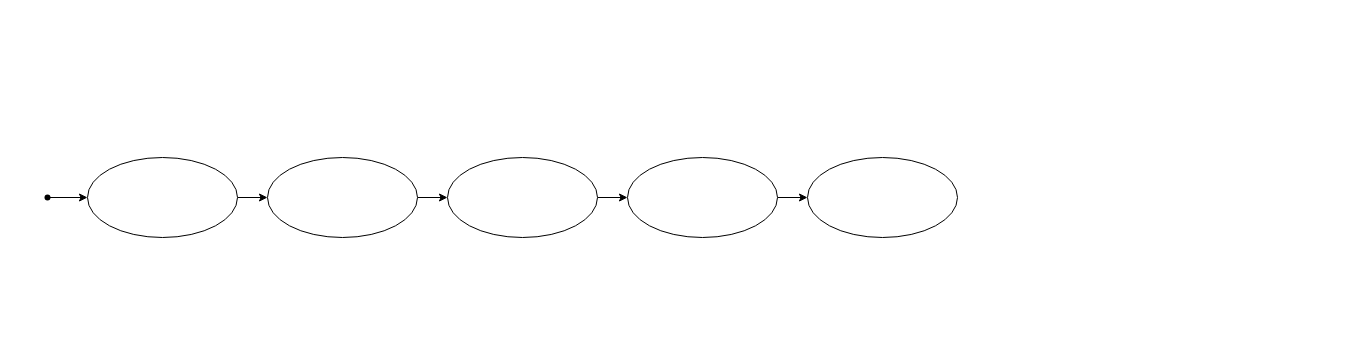
Earlier version of the draw.io diagram page "Subfluxo atv 1" (2 of 5) of Diagrama sem nome.drawio (helloisasilva/Processo-de-engenharia-de-software-para-App-mobile). Source tidied: cells renumbered, new cells numbered last; positions are measured from the earlier drawing's top-left corner, leaving out a move shared by most shapes. Both pictures are drawn from the tidied source at 100%, with x=0, y=0 at pixel (37, 157).
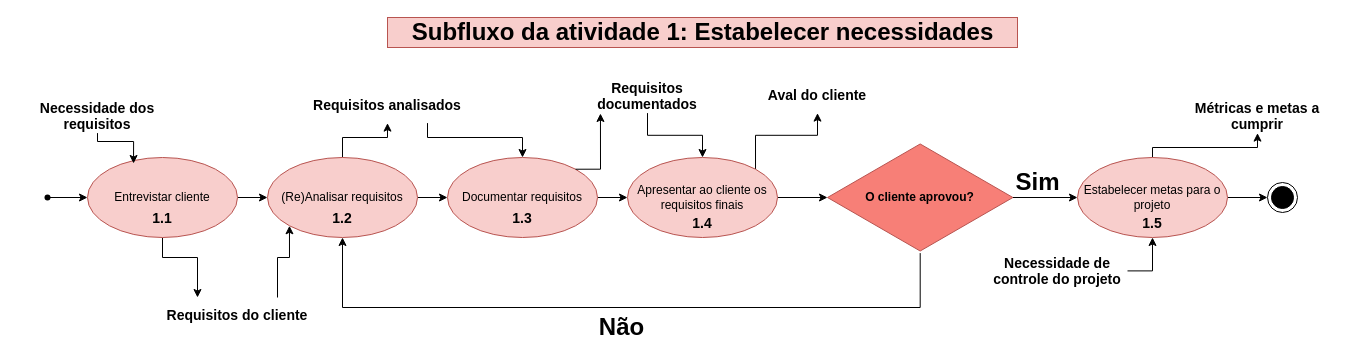
Above is the later version.

Diff of the diagram source:
```diff
@@
+    <mxCell id="13" style="edgeStyle=orthogonalEdgeStyle;rounded=0;jettySize=auto;html=1;exitX=0.5;exitY=1;exitDx=0;exitDy=0;entryX=0.25;entryY=0;entryDx=0;entryDy=0;" parent="1" edge="1" source="5" target="30">
+      <mxGeometry relative="1" as="geometry">
+        <Array as="points">
+          <mxPoint x="125" y="100" />
+          <mxPoint x="160" y="100" />
+        </Array>
+      </mxGeometry>
+    </mxCell>
-    <mxCell id="5" style="ellipse;whiteSpace=wrap;html=1;" parent="1" vertex="1">
+    <mxCell id="5" value="Entrevistar cliente" style="ellipse;whiteSpace=wrap;html=1;fillColor=#f8cecc;strokeColor=#b85450;" parent="1" vertex="1">
       <mxGeometry x="50" width="150" height="80" as="geometry" />
     </mxCell>
@@
+    <mxCell id="14" style="edgeStyle=orthogonalEdgeStyle;rounded=0;jettySize=auto;html=1;" parent="1" edge="1" source="7" target="32">
+      <mxGeometry relative="1" as="geometry" />
+    </mxCell>
-    <mxCell id="7" style="ellipse;whiteSpace=wrap;html=1;" parent="1" vertex="1">
+    <mxCell id="7" value="(Re)Analisar requisitos" style="ellipse;whiteSpace=wrap;html=1;fillColor=#f8cecc;strokeColor=#b85450;" parent="1" vertex="1">
       <mxGeometry x="230" width="150" height="80" as="geometry" />
     </mxCell>
@@
-    <mxCell id="9" style="ellipse;whiteSpace=wrap;html=1;" parent="1" vertex="1">
+    <mxCell id="9" value="Documentar requisitos" style="ellipse;whiteSpace=wrap;html=1;fillColor=#f8cecc;strokeColor=#b85450;" parent="1" vertex="1">
       <mxGeometry x="410" width="150" height="80" as="geometry" />
     </mxCell>
-    <mxCell id="10" style="ellipse;whiteSpace=wrap;html=1;" parent="1" vertex="1">
-      <mxGeometry x="770" width="150" height="80" as="geometry" />
-    </mxCell>
-    <mxCell id="11" style="edgeStyle=orthogonalEdgeStyle;rounded=0;jettySize=auto;html=1;" parent="1" edge="1" source="12" target="10">
-      <mxGeometry relative="1" as="geometry" />
-    </mxCell>
+    <mxCell id="15" style="edgeStyle=orthogonalEdgeStyle;rounded=0;jettySize=auto;html=1;" parent="1" edge="1" source="12" target="23">
+      <mxGeometry relative="1" as="geometry" />
+    </mxCell>
+    <mxCell id="16" style="edgeStyle=orthogonalEdgeStyle;rounded=0;jettySize=auto;html=1;exitX=1;exitY=0;exitDx=0;exitDy=0;entryX=0.5;entryY=1;entryDx=0;entryDy=0;" parent="1" edge="1" source="12" target="36">
+      <mxGeometry relative="1" as="geometry" />
+    </mxCell>
-    <mxCell id="12" style="ellipse;whiteSpace=wrap;html=1;" parent="1" vertex="1">
+    <mxCell id="12" value="Apresentar ao cliente os requisitos finais" style="ellipse;whiteSpace=wrap;html=1;fillColor=#f8cecc;strokeColor=#b85450;" parent="1" vertex="1">
       <mxGeometry x="590" width="150" height="80" as="geometry" />
     </mxCell>
+    <mxCell id="17" value="Subfluxo da atividade 1: Estabelecer necessidades" style="text;strokeColor=#b85450;fillColor=#f8cecc;html=1;fontSize=24;fontStyle=1;verticalAlign=middle;align=center;" parent="1" vertex="1">
+      <mxGeometry x="350" y="-140" width="630" height="30" as="geometry" />
+    </mxCell>
+    <mxCell id="18" style="edgeStyle=orthogonalEdgeStyle;rounded=0;jettySize=auto;html=1;" parent="1" edge="1" source="20" target="26">
+      <mxGeometry relative="1" as="geometry" />
+    </mxCell>
+    <mxCell id="19" style="edgeStyle=orthogonalEdgeStyle;rounded=0;jettySize=auto;html=1;" parent="1" edge="1" source="20" target="39">
+      <mxGeometry relative="1" as="geometry">
+        <Array as="points">
+          <mxPoint x="1115" y="-10" />
+          <mxPoint x="1220" y="-10" />
+        </Array>
+      </mxGeometry>
+    </mxCell>
+    <mxCell id="20" value="Estabelecer metas para o projeto" style="ellipse;whiteSpace=wrap;html=1;fillColor=#f8cecc;strokeColor=#b85450;" parent="1" vertex="1">
+      <mxGeometry x="1040" width="150" height="80" as="geometry" />
+    </mxCell>
+    <mxCell id="21" style="edgeStyle=orthogonalEdgeStyle;rounded=0;jettySize=auto;html=1;" parent="1" edge="1" source="23" target="20">
+      <mxGeometry relative="1" as="geometry" />
+    </mxCell>
+    <mxCell id="22" style="edgeStyle=orthogonalEdgeStyle;rounded=0;jettySize=auto;html=1;entryX=0.5;entryY=1;entryDx=0;entryDy=0;" parent="1" edge="1" source="23" target="7">
+      <mxGeometry relative="1" as="geometry">
+        <Array as="points">
+          <mxPoint x="883" y="150" />
+          <mxPoint x="305" y="150" />
+        </Array>
+      </mxGeometry>
+    </mxCell>
+    <mxCell id="23" value="&lt;b&gt;O cliente aprovou?&lt;/b&gt;" style="html=1;whiteSpace=wrap;shape=isoRectangle;fillColor=#F77F77;strokeColor=#b85450;" parent="1" vertex="1">
+      <mxGeometry x="790" y="-15.6" width="185.4" height="111.2" as="geometry" />
+    </mxCell>
+    <mxCell id="24" value="Sim" style="text;strokeColor=none;fillColor=none;html=1;fontSize=24;fontStyle=1;verticalAlign=middle;align=center;" parent="1" vertex="1">
+      <mxGeometry x="970" y="10" width="60" height="30" as="geometry" />
+    </mxCell>
+    <mxCell id="25" value="Não" style="text;strokeColor=none;fillColor=none;html=1;fontSize=24;fontStyle=1;verticalAlign=middle;align=center;" parent="1" vertex="1">
+      <mxGeometry x="550" y="160" width="67.3" height="20" as="geometry" />
+    </mxCell>
+    <mxCell id="26" style="ellipse;html=1;shape=endState;fillColor=strokeColor;" parent="1" vertex="1">
+      <mxGeometry x="1230" y="25" width="30" height="30" as="geometry" />
+    </mxCell>
+    <mxCell id="27" value="&lt;font style=&quot;font-size: 14px;&quot;&gt;&lt;b&gt;Necessidade dos requisitos&lt;/b&gt;&lt;/font&gt;" style="text;html=1;strokeColor=none;fillColor=none;align=center;verticalAlign=middle;whiteSpace=wrap;overflow=hidden;" parent="1" vertex="1">
+      <mxGeometry x="-20" y="-60" width="160" height="35.6" as="geometry" />
+    </mxCell>
+    <mxCell id="28" style="edgeStyle=orthogonalEdgeStyle;rounded=0;jettySize=auto;html=1;exitX=0.5;exitY=1;exitDx=0;exitDy=0;entryX=0.307;entryY=0.075;entryDx=0;entryDy=0;entryPerimeter=0;" parent="1" edge="1" source="27" target="5">
+      <mxGeometry relative="1" as="geometry">
+        <Array as="points">
+          <mxPoint x="96" y="-16" />
+        </Array>
+      </mxGeometry>
+    </mxCell>
+    <mxCell id="29" style="edgeStyle=orthogonalEdgeStyle;rounded=0;jettySize=auto;html=1;exitX=0.75;exitY=0;exitDx=0;exitDy=0;entryX=0;entryY=1;entryDx=0;entryDy=0;" parent="1" edge="1" source="30" target="7">
+      <mxGeometry relative="1" as="geometry">
+        <Array as="points">
+          <mxPoint x="240" y="100" />
+          <mxPoint x="252" y="100" />
+        </Array>
+      </mxGeometry>
+    </mxCell>
+    <mxCell id="30" value="&lt;font style=&quot;font-size: 14px;&quot;&gt;&lt;b&gt;Requisitos do cliente&lt;/b&gt;&lt;/font&gt;" style="text;html=1;strokeColor=none;fillColor=none;align=center;verticalAlign=middle;whiteSpace=wrap;overflow=hidden;" parent="1" vertex="1">
+      <mxGeometry x="120" y="140" width="160" height="35.6" as="geometry" />
+    </mxCell>
+    <mxCell id="31" style="edgeStyle=orthogonalEdgeStyle;rounded=0;jettySize=auto;html=1;exitX=0.75;exitY=1;exitDx=0;exitDy=0;" parent="1" edge="1" source="32" target="9">
+      <mxGeometry relative="1" as="geometry">
+        <Array as="points">
+          <mxPoint x="390" y="-20" />
+          <mxPoint x="485" y="-20" />
+        </Array>
+      </mxGeometry>
+    </mxCell>
+    <mxCell id="32" value="&lt;font style=&quot;font-size: 14px;&quot;&gt;&lt;b&gt;Requisitos analisados&lt;/b&gt;&lt;/font&gt;" style="text;html=1;strokeColor=none;fillColor=none;align=center;verticalAlign=middle;whiteSpace=wrap;overflow=hidden;" parent="1" vertex="1">
+      <mxGeometry x="270" y="-70" width="160" height="35.6" as="geometry" />
+    </mxCell>
+    <mxCell id="33" style="edgeStyle=orthogonalEdgeStyle;rounded=0;jettySize=auto;html=1;" parent="1" edge="1" source="34" target="12">
+      <mxGeometry relative="1" as="geometry" />
+    </mxCell>
+    <mxCell id="34" value="&lt;font style=&quot;font-size: 14px;&quot;&gt;&lt;b&gt;Requisitos documentados&lt;/b&gt;&lt;/font&gt;" style="text;html=1;strokeColor=none;fillColor=none;align=center;verticalAlign=middle;whiteSpace=wrap;overflow=hidden;" parent="1" vertex="1">
+      <mxGeometry x="530" y="-80" width="160" height="35.6" as="geometry" />
+    </mxCell>
+    <mxCell id="35" style="edgeStyle=orthogonalEdgeStyle;rounded=0;jettySize=auto;html=1;exitX=1;exitY=0;exitDx=0;exitDy=0;entryX=0.206;entryY=1.011;entryDx=0;entryDy=0;entryPerimeter=0;" parent="1" edge="1" source="9" target="34">
+      <mxGeometry relative="1" as="geometry">
+        <Array as="points">
+          <mxPoint x="563" y="12" />
+        </Array>
+      </mxGeometry>
+    </mxCell>
+    <mxCell id="36" value="&lt;span style=&quot;font-size: 14px;&quot;&gt;&lt;b&gt;Aval do cliente&lt;/b&gt;&lt;/span&gt;" style="text;html=1;strokeColor=none;fillColor=none;align=center;verticalAlign=middle;whiteSpace=wrap;overflow=hidden;" parent="1" vertex="1">
+      <mxGeometry x="700" y="-80" width="160" height="35.6" as="geometry" />
+    </mxCell>
+    <mxCell id="37" style="edgeStyle=orthogonalEdgeStyle;rounded=0;jettySize=auto;html=1;exitX=1;exitY=0.5;exitDx=0;exitDy=0;entryX=0.5;entryY=1;entryDx=0;entryDy=0;" parent="1" edge="1" source="38" target="20">
+      <mxGeometry relative="1" as="geometry" />
+    </mxCell>
+    <mxCell id="38" value="&lt;span style=&quot;font-size: 14px;&quot;&gt;&lt;b&gt;Necessidade de controle do projeto&lt;/b&gt;&lt;/span&gt;" style="text;html=1;strokeColor=none;fillColor=none;align=center;verticalAlign=middle;whiteSpace=wrap;overflow=hidden;" parent="1" vertex="1">
+      <mxGeometry x="950" y="95.6" width="140" height="35.6" as="geometry" />
+    </mxCell>
+    <mxCell id="39" value="&lt;span style=&quot;font-size: 14px;&quot;&gt;&lt;b&gt;Métricas e metas a cumprir&lt;/b&gt;&lt;/span&gt;" style="text;html=1;strokeColor=none;fillColor=none;align=center;verticalAlign=middle;whiteSpace=wrap;overflow=hidden;" parent="1" vertex="1">
+      <mxGeometry x="1140" y="-60" width="160" height="35.6" as="geometry" />
+    </mxCell>
+    <mxCell id="40" value="&lt;font style=&quot;font-size: 14px;&quot;&gt;&lt;b&gt;1.1&lt;/b&gt;&lt;/font&gt;" style="text;html=1;strokeColor=none;fillColor=none;align=center;verticalAlign=middle;whiteSpace=wrap;overflow=hidden;" parent="1" vertex="1">
+      <mxGeometry x="85" y="50" width="80" height="20" as="geometry" />
+    </mxCell>
+    <mxCell id="41" value="&lt;font style=&quot;font-size: 14px;&quot;&gt;&lt;b&gt;1.2&lt;/b&gt;&lt;/font&gt;" style="text;html=1;strokeColor=none;fillColor=none;align=center;verticalAlign=middle;whiteSpace=wrap;overflow=hidden;" parent="1" vertex="1">
+      <mxGeometry x="265" y="50" width="80" height="20" as="geometry" />
+    </mxCell>
+    <mxCell id="42" value="&lt;font style=&quot;font-size: 14px;&quot;&gt;&lt;b&gt;1.3&lt;/b&gt;&lt;/font&gt;" style="text;html=1;strokeColor=none;fillColor=none;align=center;verticalAlign=middle;whiteSpace=wrap;overflow=hidden;" parent="1" vertex="1">
+      <mxGeometry x="445" y="50" width="80" height="20" as="geometry" />
+    </mxCell>
+    <mxCell id="43" value="&lt;font style=&quot;font-size: 14px;&quot;&gt;&lt;b&gt;1.4&lt;/b&gt;&lt;/font&gt;" style="text;html=1;strokeColor=none;fillColor=none;align=center;verticalAlign=middle;whiteSpace=wrap;overflow=hidden;" parent="1" vertex="1">
+      <mxGeometry x="625" y="55" width="80" height="20" as="geometry" />
+    </mxCell>
+    <mxCell id="44" value="&lt;font style=&quot;font-size: 14px;&quot;&gt;&lt;b&gt;1.5&lt;/b&gt;&lt;/font&gt;" style="text;html=1;strokeColor=none;fillColor=none;align=center;verticalAlign=middle;whiteSpace=wrap;overflow=hidden;" parent="1" vertex="1">
+      <mxGeometry x="1075" y="55" width="80" height="20" as="geometry" />
+    </mxCell>
+    <mxCell id="45" style="edgeStyle=orthogonalEdgeStyle;rounded=0;orthogonalLoop=1;jettySize=auto;html=1;exitX=0.5;exitY=1;exitDx=0;exitDy=0;" parent="1" edge="1" source="17" target="17">
+      <mxGeometry relative="1" as="geometry" />
+    </mxCell>
```
